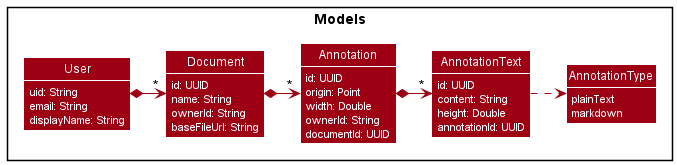
The PlantUML diagram docs/diagrams/model-class-diagram.png in Annotato/annotato, before a commit. Its diagram source:
```plantuml
@startuml
!include style.puml
skinparam arrowThickness 1.1
skinparam arrowColor MODEL_COLOR
skinparam classBackgroundColor MODEL_COLOR

Package Models {
    Class User {
        uid: String
        email: String
        displayName: String
    }

    Class Document {
        id: UUID
        name: String
        ownerId: String
        baseFileUrl: String
    }

    Class Annotation {
        id: UUID
        origin: Point
        width: Double
        ownerId: String
        documentId: UUID
    }

    Class AnnotationText {
        id: UUID
        content: String
        height: Double
        annotationId: UUID
    }

    Enum AnnotationType {
        plainText
        markdown
    }
}

AnnotationText .> AnnotationType
User *-> "*" Document
Document *-> "*" Annotation
Annotation *-> "*" AnnotationText

@enduml
```
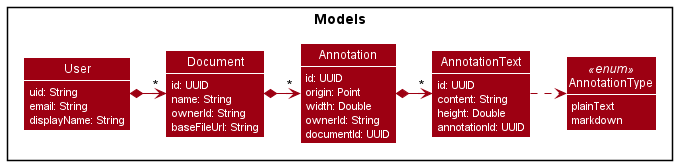
Later version of the same file.

Commit message:
Add enum label in model class diagram

The edit, as a diff of the source:
```diff
@@ -33,7 +33,7 @@
         annotationId: UUID
     }
 
-    Enum AnnotationType {
+    Enum AnnotationType <<enum>> {
         plainText
         markdown
     }
```
